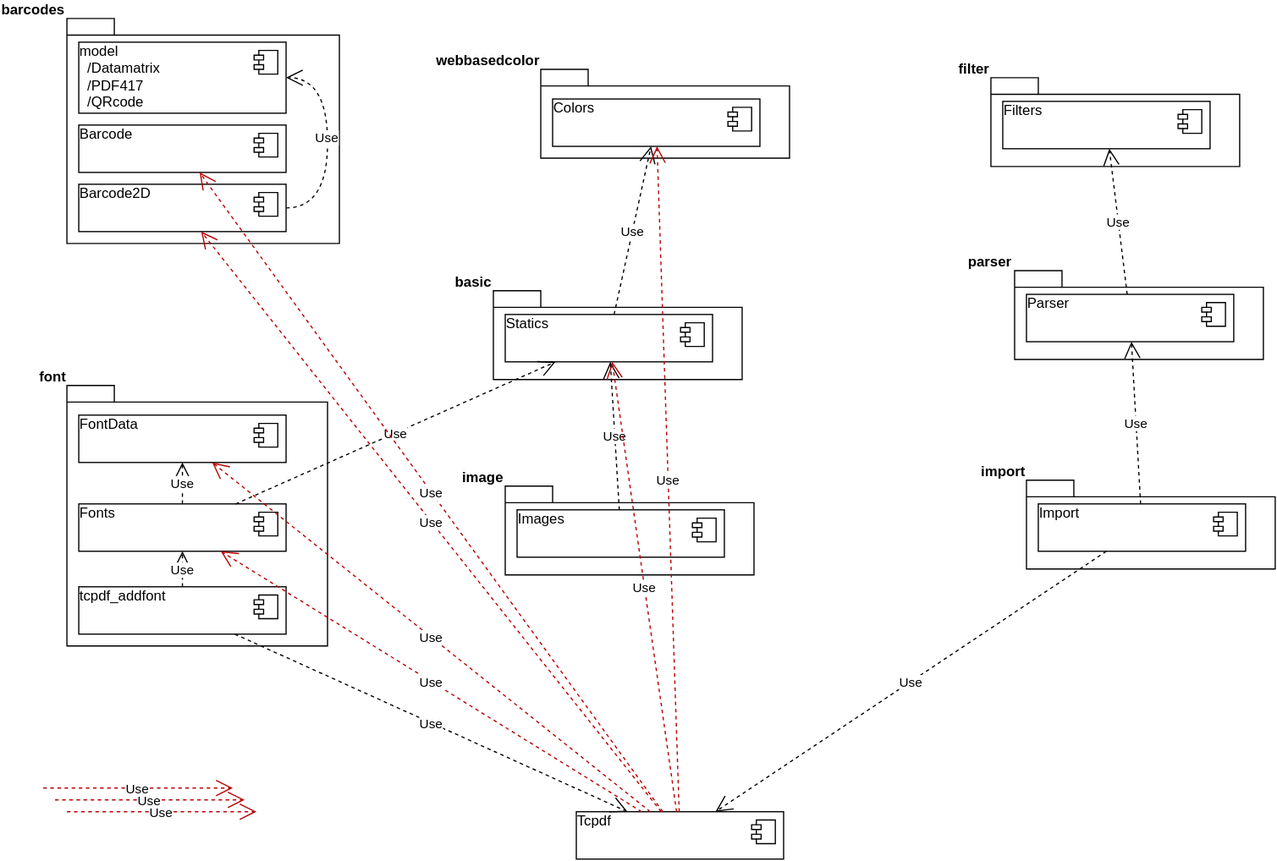
Before: 0_dokumentacio/ns-dependency_diagram.svg, a diagram exported from draw.io (srt2015/tcpdf). Source tidied: cells renumbered, new cells last; positions are measured from the earlier drawing's top-left corner, leaving out a move shared by most shapes. Its diagram source:
```xml
<mxGraphModel background="#ffffff">
  <root>
    <mxCell id="0" />
    <mxCell id="1" parent="0" />
    <mxCell id="2" value="font" style="shape=folder;fontStyle=1;spacingTop=10;tabWidth=40;tabHeight=14;tabPosition=left;html=1;align=right;labelPosition=left;verticalLabelPosition=top;verticalAlign=bottom;" parent="1" vertex="1">
      <mxGeometry x="20" y="310" width="220" height="220" as="geometry" />
    </mxCell>
    <mxCell id="3" value="tcpdf_addfont" style="overflow=fill;html=1;align=left;" parent="1" vertex="1">
      <mxGeometry x="30" y="480" width="175" height="40" as="geometry" />
    </mxCell>
    <mxCell id="4" style="shape=component;jettyWidth=8;jettyHeight=4;" parent="3" vertex="1">
      <mxGeometry x="1" width="20" height="20" relative="1" as="geometry">
        <mxPoint x="-27" y="7" as="offset" />
      </mxGeometry>
    </mxCell>
    <mxCell id="5" value="FontData" style="overflow=fill;html=1;align=left;" parent="1" vertex="1">
      <mxGeometry x="30" y="335" width="175" height="40" as="geometry" />
    </mxCell>
    <mxCell id="6" style="shape=component;jettyWidth=8;jettyHeight=4;" parent="5" vertex="1">
      <mxGeometry x="1" width="20" height="20" relative="1" as="geometry">
        <mxPoint x="-27" y="7" as="offset" />
      </mxGeometry>
    </mxCell>
    <mxCell id="7" value="barcodes" style="shape=folder;fontStyle=1;spacingTop=10;tabWidth=40;tabHeight=14;tabPosition=left;html=1;align=right;labelPosition=left;verticalLabelPosition=top;verticalAlign=bottom;" parent="1" vertex="1">
      <mxGeometry x="20" width="230" height="190" as="geometry" />
    </mxCell>
    <mxCell id="8" value="Fonts" style="overflow=fill;html=1;align=left;" parent="1" vertex="1">
      <mxGeometry x="30" y="410" width="175" height="40" as="geometry" />
    </mxCell>
    <mxCell id="9" style="shape=component;jettyWidth=8;jettyHeight=4;" parent="8" vertex="1">
      <mxGeometry x="1" width="20" height="20" relative="1" as="geometry">
        <mxPoint x="-27" y="7" as="offset" />
      </mxGeometry>
    </mxCell>
    <mxCell id="10" value="model&lt;div&gt;&amp;nbsp; /Datamatrix&lt;/div&gt;&lt;div&gt;&amp;nbsp; /PDF417&lt;/div&gt;&lt;div&gt;&amp;nbsp; /QRcode&lt;/div&gt;" style="overflow=fill;html=1;align=left;" parent="1" vertex="1">
      <mxGeometry x="30" y="20" width="175" height="60" as="geometry" />
    </mxCell>
    <mxCell id="11" style="shape=component;jettyWidth=8;jettyHeight=4;" parent="10" vertex="1">
      <mxGeometry x="1" width="20" height="20" relative="1" as="geometry">
        <mxPoint x="-27" y="7" as="offset" />
      </mxGeometry>
    </mxCell>
    <mxCell id="12" value="Barcode" style="overflow=fill;html=1;align=left;" parent="1" vertex="1">
      <mxGeometry x="30" y="90" width="175" height="40" as="geometry" />
    </mxCell>
    <mxCell id="13" style="shape=component;jettyWidth=8;jettyHeight=4;" parent="12" vertex="1">
      <mxGeometry x="1" width="20" height="20" relative="1" as="geometry">
        <mxPoint x="-27" y="7" as="offset" />
      </mxGeometry>
    </mxCell>
    <mxCell id="14" value="Use" style="endArrow=open;endSize=12;dashed=1;html=1;" parent="1" edge="1" source="3" target="8">
      <mxGeometry x="-230" y="295" as="geometry" />
    </mxCell>
    <mxCell id="15" value="Barcode2D" style="overflow=fill;html=1;align=left;" parent="1" vertex="1">
      <mxGeometry x="30" y="140" width="175" height="40" as="geometry" />
    </mxCell>
    <mxCell id="16" style="shape=component;jettyWidth=8;jettyHeight=4;" parent="15" vertex="1">
      <mxGeometry x="1" width="20" height="20" relative="1" as="geometry">
        <mxPoint x="-27" y="7" as="offset" />
      </mxGeometry>
    </mxCell>
    <mxCell id="17" value="webbasedcolor" style="shape=folder;fontStyle=1;spacingTop=10;tabWidth=40;tabHeight=14;tabPosition=left;html=1;align=right;labelPosition=left;verticalLabelPosition=top;verticalAlign=bottom;" parent="1" vertex="1">
      <mxGeometry x="420" y="43" width="210" height="75" as="geometry" />
    </mxCell>
    <mxCell id="18" value="filter" style="shape=folder;fontStyle=1;spacingTop=10;tabWidth=40;tabHeight=14;tabPosition=left;html=1;align=right;labelPosition=left;verticalLabelPosition=top;verticalAlign=bottom;" parent="1" vertex="1">
      <mxGeometry x="800" y="50" width="210" height="75" as="geometry" />
    </mxCell>
    <mxCell id="19" value="Filters" style="overflow=fill;html=1;align=left;" parent="1" vertex="1">
      <mxGeometry x="810" y="70" width="175" height="40" as="geometry" />
    </mxCell>
    <mxCell id="20" style="shape=component;jettyWidth=8;jettyHeight=4;" parent="19" vertex="1">
      <mxGeometry x="1" width="20" height="20" relative="1" as="geometry">
        <mxPoint x="-27" y="7" as="offset" />
      </mxGeometry>
    </mxCell>
    <mxCell id="21" value="Colors" style="overflow=fill;html=1;align=left;" parent="1" vertex="1">
      <mxGeometry x="430" y="68" width="175" height="40" as="geometry" />
    </mxCell>
    <mxCell id="22" style="shape=component;jettyWidth=8;jettyHeight=4;" parent="21" vertex="1">
      <mxGeometry x="1" width="20" height="20" relative="1" as="geometry">
        <mxPoint x="-27" y="7" as="offset" />
      </mxGeometry>
    </mxCell>
    <mxCell id="23" value="image" style="shape=folder;fontStyle=1;spacingTop=10;tabWidth=40;tabHeight=14;tabPosition=left;html=1;align=right;labelPosition=left;verticalLabelPosition=top;verticalAlign=bottom;" parent="1" vertex="1">
      <mxGeometry x="390" y="395" width="210" height="75" as="geometry" />
    </mxCell>
    <mxCell id="24" value="Images" style="overflow=fill;html=1;align=left;" parent="1" vertex="1">
      <mxGeometry x="400" y="415" width="175" height="40" as="geometry" />
    </mxCell>
    <mxCell id="25" style="shape=component;jettyWidth=8;jettyHeight=4;" parent="24" vertex="1">
      <mxGeometry x="1" width="20" height="20" relative="1" as="geometry">
        <mxPoint x="-27" y="7" as="offset" />
      </mxGeometry>
    </mxCell>
    <mxCell id="26" value="basic" style="shape=folder;fontStyle=1;spacingTop=10;tabWidth=40;tabHeight=14;tabPosition=left;html=1;align=right;labelPosition=left;verticalLabelPosition=top;verticalAlign=bottom;" parent="1" vertex="1">
      <mxGeometry x="380" y="230" width="210" height="75" as="geometry" />
    </mxCell>
    <mxCell id="27" value="Statics" style="overflow=fill;html=1;align=left;" parent="1" vertex="1">
      <mxGeometry x="390" y="250" width="175" height="40" as="geometry" />
    </mxCell>
    <mxCell id="28" style="shape=component;jettyWidth=8;jettyHeight=4;" parent="27" vertex="1">
      <mxGeometry x="1" width="20" height="20" relative="1" as="geometry">
        <mxPoint x="-27" y="7" as="offset" />
      </mxGeometry>
    </mxCell>
    <mxCell id="29" value="import" style="shape=folder;fontStyle=1;spacingTop=10;tabWidth=40;tabHeight=14;tabPosition=left;html=1;align=right;labelPosition=left;verticalLabelPosition=top;verticalAlign=bottom;" parent="1" vertex="1">
      <mxGeometry x="830" y="390" width="210" height="75" as="geometry" />
    </mxCell>
    <mxCell id="30" value="Import" style="overflow=fill;html=1;align=left;" parent="1" vertex="1">
      <mxGeometry x="840" y="410" width="175" height="40" as="geometry" />
    </mxCell>
    <mxCell id="31" style="shape=component;jettyWidth=8;jettyHeight=4;" parent="30" vertex="1">
      <mxGeometry x="1" width="20" height="20" relative="1" as="geometry">
        <mxPoint x="-27" y="7" as="offset" />
      </mxGeometry>
    </mxCell>
    <mxCell id="32" value="parser" style="shape=folder;fontStyle=1;spacingTop=10;tabWidth=40;tabHeight=14;tabPosition=left;html=1;align=right;labelPosition=left;verticalLabelPosition=top;verticalAlign=bottom;" parent="1" vertex="1">
      <mxGeometry x="820" y="213" width="210" height="75" as="geometry" />
    </mxCell>
    <mxCell id="33" value="Parser" style="overflow=fill;html=1;align=left;" parent="1" vertex="1">
      <mxGeometry x="830" y="233" width="175" height="40" as="geometry" />
    </mxCell>
    <mxCell id="34" style="shape=component;jettyWidth=8;jettyHeight=4;" parent="33" vertex="1">
      <mxGeometry x="1" width="20" height="20" relative="1" as="geometry">
        <mxPoint x="-27" y="7" as="offset" />
      </mxGeometry>
    </mxCell>
    <mxCell id="35" value="Tcpdf" style="overflow=fill;html=1;align=left;" parent="1" vertex="1">
      <mxGeometry x="450" y="670" width="175" height="40" as="geometry" />
    </mxCell>
    <mxCell id="36" style="shape=component;jettyWidth=8;jettyHeight=4;" parent="35" vertex="1">
      <mxGeometry x="1" width="20" height="20" relative="1" as="geometry">
        <mxPoint x="-27" y="7" as="offset" />
      </mxGeometry>
    </mxCell>
    <mxCell id="37" value="Use" style="endArrow=open;endSize=12;dashed=1;html=1;plain-red;strokeColor=#B80000;rounded=0;" parent="1" edge="1">
      <mxGeometry relative="1" as="geometry">
        <mxPoint y="650" as="sourcePoint" />
        <mxPoint x="160" y="650" as="targetPoint" />
      </mxGeometry>
    </mxCell>
    <mxCell id="38" value="Use" style="endArrow=open;endSize=12;dashed=1;html=1;" parent="1" edge="1" source="8" target="27">
      <mxGeometry x="50" y="260" as="geometry" />
    </mxCell>
    <mxCell id="39" value="Use" style="endArrow=open;endSize=12;dashed=1;html=1;edgeStyle=orthogonalEdgeStyle;curved=1;" parent="1" edge="1" source="15" target="10">
      <mxGeometry as="geometry">
        <Array as="points">
          <mxPoint x="240" y="160" />
          <mxPoint x="240" y="50" />
        </Array>
        <mxPoint x="35" y="-5" as="offset" />
      </mxGeometry>
    </mxCell>
    <mxCell id="40" value="Use" style="endArrow=open;endSize=12;dashed=1;html=1;" parent="1" edge="1" source="27" target="21">
      <mxGeometry x="70" y="280" as="geometry" />
    </mxCell>
    <mxCell id="41" value="Use" style="endArrow=open;endSize=12;dashed=1;html=1;" parent="1" edge="1" source="24" target="27">
      <mxGeometry x="80" y="290" as="geometry" />
    </mxCell>
    <mxCell id="42" value="Use" style="endArrow=open;endSize=12;dashed=1;html=1;" parent="1" edge="1" source="30" target="33">
      <mxGeometry x="880" y="-160" as="geometry" />
    </mxCell>
    <mxCell id="43" value="Use" style="endArrow=open;endSize=12;dashed=1;html=1;" parent="1" edge="1" source="30" target="35">
      <mxGeometry x="60" y="270" as="geometry" />
    </mxCell>
    <mxCell id="44" value="Use" style="endArrow=open;endSize=12;dashed=1;html=1;" parent="1" edge="1" source="33" target="19">
      <mxGeometry x="70" y="280" as="geometry" />
    </mxCell>
    <mxCell id="45" value="Use" style="endArrow=open;endSize=12;dashed=1;html=1;plain-red;strokeColor=#B80000;rounded=0;" parent="1" edge="1" source="35" target="27">
      <mxGeometry x="70" y="700" as="geometry" />
    </mxCell>
    <mxCell id="46" value="Use" style="endArrow=open;endSize=12;dashed=1;html=1;plain-red;strokeColor=#B80000;rounded=0;" parent="1" edge="1" source="35" target="21">
      <mxGeometry x="80" y="710" as="geometry" />
    </mxCell>
    <mxCell id="47" value="Use" style="endArrow=open;endSize=12;dashed=1;html=1;plain-red;strokeColor=#B80000;rounded=0;" parent="1" edge="1" source="35" target="8">
      <mxGeometry x="90" y="720" as="geometry" />
    </mxCell>
    <mxCell id="48" value="Use" style="endArrow=open;endSize=12;dashed=1;html=1;plain-red;strokeColor=#B80000;rounded=0;" parent="1" edge="1" source="35" target="5">
      <mxGeometry x="950" y="948" as="geometry" />
    </mxCell>
    <mxCell id="49" value="Use" style="endArrow=open;endSize=12;dashed=1;html=1;plain-red;strokeColor=#B80000;rounded=0;" parent="1" edge="1">
      <mxGeometry x="70" y="700" as="geometry">
        <mxPoint x="10" y="660" as="sourcePoint" />
        <mxPoint x="170" y="660" as="targetPoint" />
      </mxGeometry>
    </mxCell>
    <mxCell id="50" value="Use" style="endArrow=open;endSize=12;dashed=1;html=1;plain-red;strokeColor=#B80000;rounded=0;" parent="1" edge="1">
      <mxGeometry x="80" y="710" as="geometry">
        <mxPoint x="20" y="670" as="sourcePoint" />
        <mxPoint x="180" y="670" as="targetPoint" />
      </mxGeometry>
    </mxCell>
    <mxCell id="51" value="Use" style="endArrow=open;endSize=12;dashed=1;html=1;plain-red;strokeColor=#B80000;rounded=0;" parent="1" edge="1" source="35" target="15">
      <mxGeometry x="90" y="720" as="geometry" />
    </mxCell>
    <mxCell id="52" value="Use" style="endArrow=open;endSize=12;dashed=1;html=1;plain-red;strokeColor=#B80000;rounded=0;" parent="1" edge="1" source="35" target="12">
      <mxGeometry x="100" y="730" as="geometry" />
    </mxCell>
    <mxCell id="53" value="Use" style="endArrow=open;endSize=12;dashed=1;html=1;" parent="1" edge="1" source="3" target="35">
      <mxGeometry x="50" y="260" as="geometry" />
    </mxCell>
    <mxCell id="54" value="Use" style="endArrow=open;endSize=12;dashed=1;html=1;" parent="1" edge="1" source="8" target="5">
      <mxGeometry x="-230" y="295" as="geometry" />
    </mxCell>
  </root>
</mxGraphModel>
```
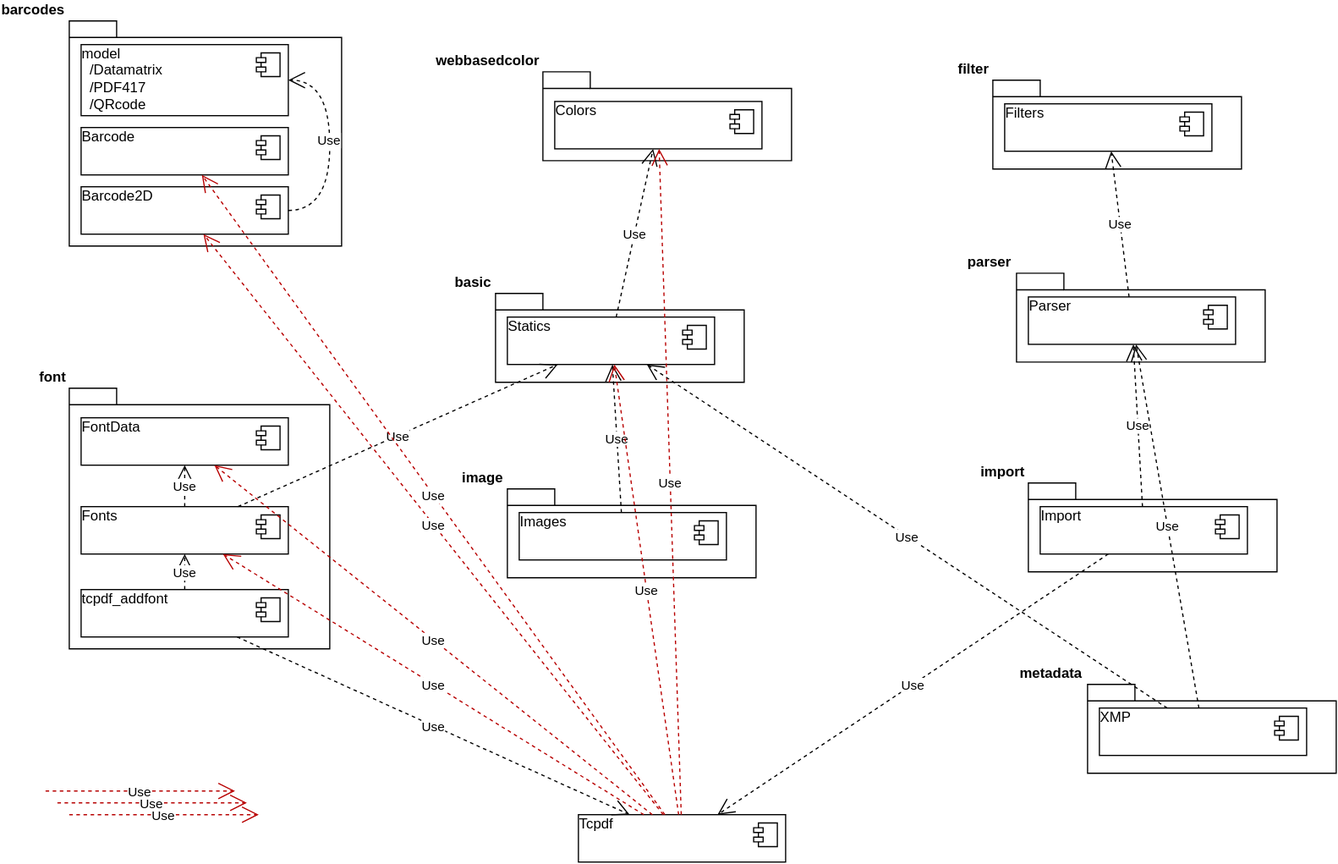
The same diagram one commit later.

Diff of the diagram source:
```diff
@@ -202,5 +202,22 @@
     <mxCell id="54" value="Use" style="endArrow=open;endSize=12;dashed=1;html=1;" parent="1" edge="1" source="8" target="5">
       <mxGeometry x="-230" y="295" as="geometry" />
     </mxCell>
+    <mxCell id="55" value="metadata" style="shape=folder;fontStyle=1;spacingTop=10;tabWidth=40;tabHeight=14;tabPosition=left;html=1;align=right;labelPosition=left;verticalLabelPosition=top;verticalAlign=bottom;" parent="1" vertex="1">
+      <mxGeometry x="880" y="560" width="210" height="75" as="geometry" />
+    </mxCell>
+    <mxCell id="56" value="XMP" style="overflow=fill;html=1;align=left;" parent="1" vertex="1">
+      <mxGeometry x="890" y="580" width="175" height="40" as="geometry" />
+    </mxCell>
+    <mxCell id="57" style="shape=component;jettyWidth=8;jettyHeight=4;" parent="56" vertex="1">
+      <mxGeometry x="1" width="20" height="20" relative="1" as="geometry">
+        <mxPoint x="-27" y="7" as="offset" />
+      </mxGeometry>
+    </mxCell>
+    <mxCell id="58" value="Use" style="endArrow=open;endSize=12;dashed=1;html=1;" parent="1" edge="1" source="56" target="27">
+      <mxGeometry x="-150" y="321" as="geometry" />
+    </mxCell>
+    <mxCell id="59" value="Use" style="endArrow=open;endSize=12;dashed=1;html=1;" parent="1" edge="1" source="56" target="33">
+      <mxGeometry x="-140" y="331" as="geometry" />
+    </mxCell>
   </root>
 </mxGraphModel>
```
